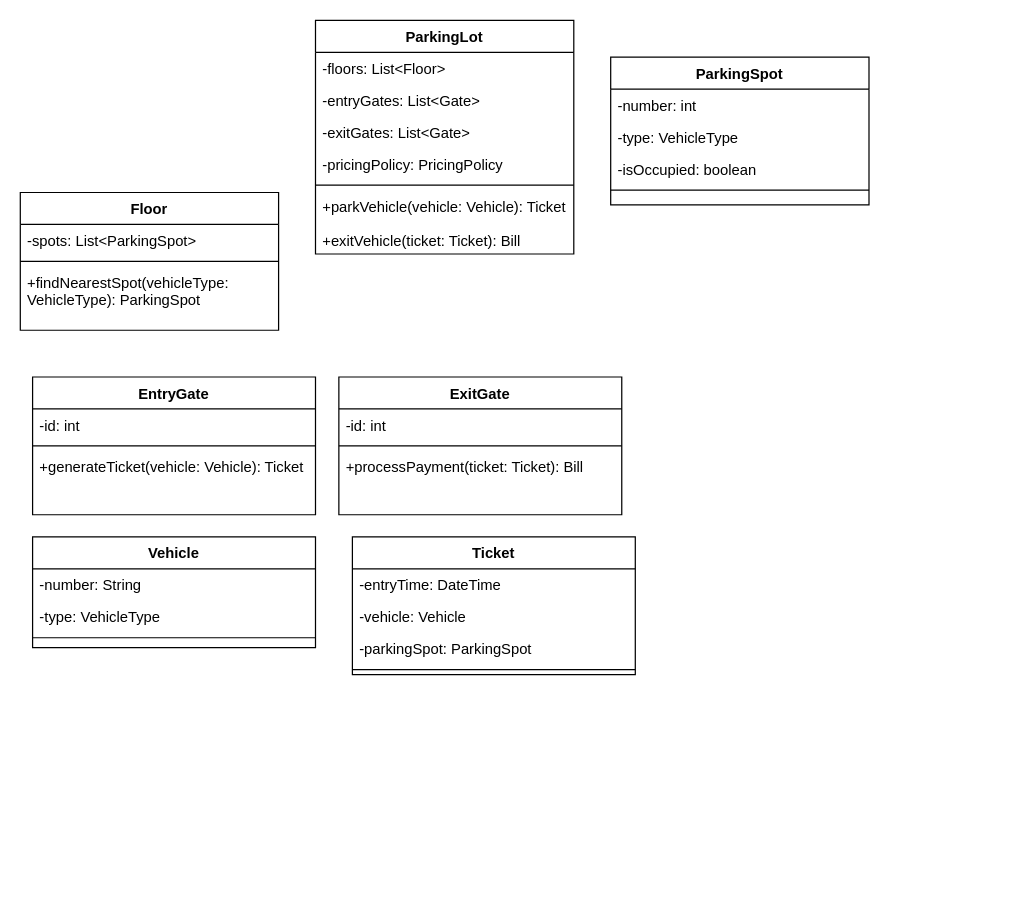
Earlier version of the draw.io diagram Parkinglot-Class-diagram.drawio (geeky-sanjay/class-diagrams). Source tidied: cells renumbered, new cells numbered last; positions are measured from the earlier drawing's top-left corner, leaving out a move shared by most shapes. Both pictures are drawn from the tidied source at 123%, with x=0, y=0 at pixel (20, 20).
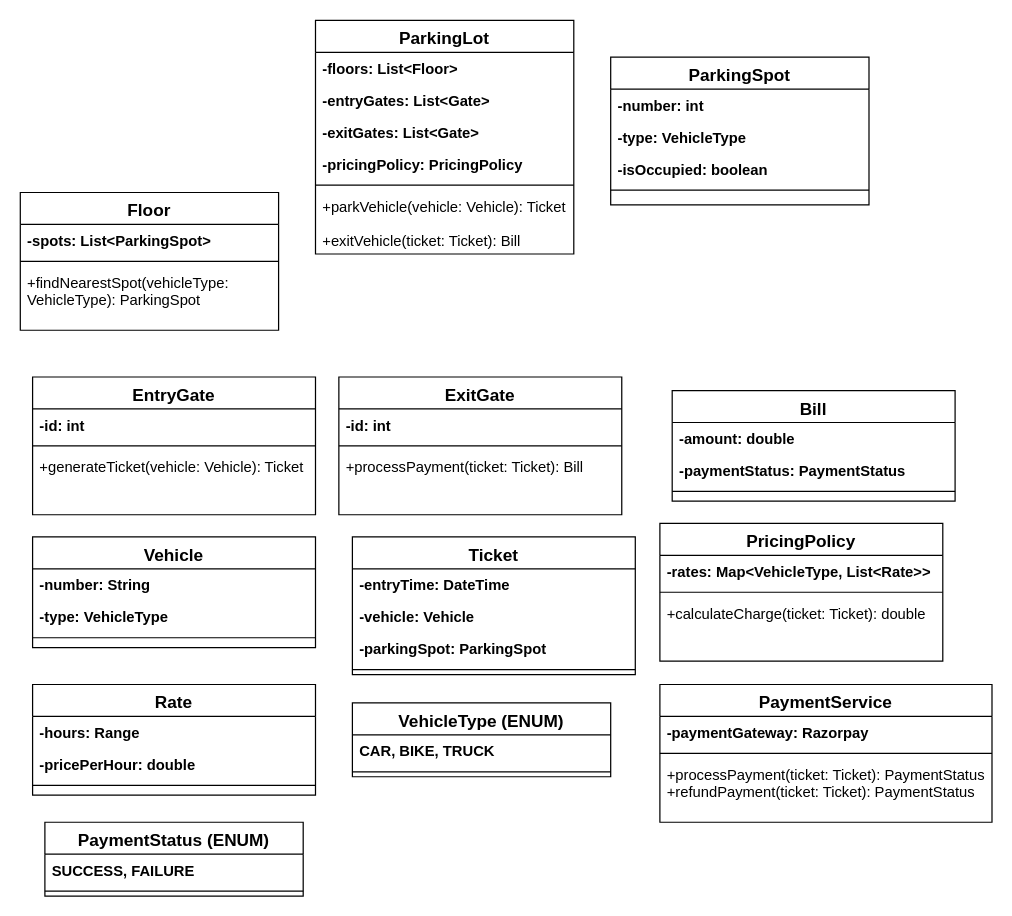
Above is the later version.

The edit, as a diff of the source:
```diff
@@
-    <mxCell id="2" value="ParkingLot" style="swimlane;fontStyle=1;align=center;verticalAlign=top;horizontal=1;startSize=26;rounded=0;shadow=0;strokeWidth=1;" parent="1" vertex="1">
+    <mxCell id="2" value="ParkingLot" style="swimlane;fontStyle=1;align=center;verticalAlign=top;horizontal=1;startSize=26;rounded=0;shadow=0;strokeWidth=1;fontSize=14;" parent="1" vertex="1">
       <mxGeometry x="240" width="210" height="190" as="geometry" />
     </mxCell>
-    <mxCell id="3" value="-floors: List&lt;Floor&gt; " style="text;align=left;verticalAlign=top;spacingLeft=4;spacingRight=4;overflow=hidden;" parent="2" vertex="1">
+    <mxCell id="3" value="-floors: List&lt;Floor&gt; " style="text;align=left;verticalAlign=top;spacingLeft=4;spacingRight=4;overflow=hidden;fontStyle=1;" parent="2" vertex="1">
       <mxGeometry y="26" width="210" height="26" as="geometry" />
     </mxCell>
-    <mxCell id="4" value="-entryGates: List&lt;Gate&gt;" style="text;align=left;verticalAlign=top;spacingLeft=4;spacingRight=4;overflow=hidden;rounded=0;shadow=0;html=0;" parent="2" vertex="1">
+    <mxCell id="4" value="-entryGates: List&lt;Gate&gt;" style="text;align=left;verticalAlign=top;spacingLeft=4;spacingRight=4;overflow=hidden;rounded=0;shadow=0;html=0;fontStyle=1;" parent="2" vertex="1">
       <mxGeometry y="52" width="210" height="26" as="geometry" />
     </mxCell>
-    <mxCell id="5" value="-exitGates: List&lt;Gate&gt;  " style="text;align=left;verticalAlign=top;spacingLeft=4;spacingRight=4;overflow=hidden;rounded=0;shadow=0;html=0;" parent="2" vertex="1">
+    <mxCell id="5" value="-exitGates: List&lt;Gate&gt;  " style="text;align=left;verticalAlign=top;spacingLeft=4;spacingRight=4;overflow=hidden;rounded=0;shadow=0;html=0;fontStyle=1;" parent="2" vertex="1">
       <mxGeometry y="78" width="210" height="26" as="geometry" />
     </mxCell>
-    <mxCell id="6" value="-pricingPolicy: PricingPolicy " style="text;align=left;verticalAlign=top;spacingLeft=4;spacingRight=4;overflow=hidden;rounded=0;shadow=0;html=0;" parent="2" vertex="1">
+    <mxCell id="6" value="-pricingPolicy: PricingPolicy " style="text;align=left;verticalAlign=top;spacingLeft=4;spacingRight=4;overflow=hidden;rounded=0;shadow=0;html=0;fontStyle=1;" parent="2" vertex="1">
       <mxGeometry y="104" width="210" height="26" as="geometry" />
     </mxCell>
@@
-    <mxCell id="9" value="Floor" style="swimlane;fontStyle=1;align=center;verticalAlign=top;horizontal=1;startSize=26;rounded=0;shadow=0;strokeWidth=1;" parent="1" vertex="1">
+    <mxCell id="9" value="Floor" style="swimlane;fontStyle=1;align=center;verticalAlign=top;horizontal=1;startSize=26;rounded=0;shadow=0;strokeWidth=1;fontSize=14;" parent="1" vertex="1">
       <mxGeometry y="140" width="210" height="112" as="geometry" />
     </mxCell>
-    <mxCell id="10" value="-spots: List&lt;ParkingSpot&gt;  &#10;" style="text;align=left;verticalAlign=top;spacingLeft=4;spacingRight=4;overflow=hidden;" parent="9" vertex="1">
+    <mxCell id="10" value="-spots: List&lt;ParkingSpot&gt;  &#10;" style="text;align=left;verticalAlign=top;spacingLeft=4;spacingRight=4;overflow=hidden;fontStyle=1;" parent="9" vertex="1">
       <mxGeometry y="26" width="210" height="26" as="geometry" />
     </mxCell>
@@
-    <mxCell id="13" value="ParkingSpot" style="swimlane;fontStyle=1;align=center;verticalAlign=top;horizontal=1;startSize=26;rounded=0;shadow=0;strokeWidth=1;" parent="1" vertex="1">
+    <mxCell id="13" value="ParkingSpot" style="swimlane;fontStyle=1;align=center;verticalAlign=top;horizontal=1;startSize=26;rounded=0;shadow=0;strokeWidth=1;fontSize=14;" parent="1" vertex="1">
       <mxGeometry x="480" y="30" width="210" height="120" as="geometry" />
     </mxCell>
-    <mxCell id="14" value="-number: int" style="text;align=left;verticalAlign=top;spacingLeft=4;spacingRight=4;overflow=hidden;" parent="13" vertex="1">
+    <mxCell id="14" value="-number: int" style="text;align=left;verticalAlign=top;spacingLeft=4;spacingRight=4;overflow=hidden;fontStyle=1;" parent="13" vertex="1">
       <mxGeometry y="26" width="210" height="26" as="geometry" />
     </mxCell>
-    <mxCell id="15" value="-type: VehicleType" style="text;align=left;verticalAlign=top;spacingLeft=4;spacingRight=4;overflow=hidden;rounded=0;shadow=0;html=0;" parent="13" vertex="1">
+    <mxCell id="15" value="-type: VehicleType" style="text;align=left;verticalAlign=top;spacingLeft=4;spacingRight=4;overflow=hidden;rounded=0;shadow=0;html=0;fontStyle=1;" parent="13" vertex="1">
       <mxGeometry y="52" width="210" height="26" as="geometry" />
     </mxCell>
-    <mxCell id="16" value="-isOccupied: boolean" style="text;align=left;verticalAlign=top;spacingLeft=4;spacingRight=4;overflow=hidden;rounded=0;shadow=0;html=0;" parent="13" vertex="1">
+    <mxCell id="16" value="-isOccupied: boolean" style="text;align=left;verticalAlign=top;spacingLeft=4;spacingRight=4;overflow=hidden;rounded=0;shadow=0;html=0;fontStyle=1;" parent="13" vertex="1">
       <mxGeometry y="78" width="210" height="26" as="geometry" />
     </mxCell>
@@
-    <mxCell id="18" value="EntryGate" style="swimlane;fontStyle=1;align=center;verticalAlign=top;horizontal=1;startSize=26;rounded=0;shadow=0;strokeWidth=1;" parent="1" vertex="1">
+    <mxCell id="18" value="EntryGate" style="swimlane;fontStyle=1;align=center;verticalAlign=top;horizontal=1;startSize=26;rounded=0;shadow=0;strokeWidth=1;fontSize=14;" parent="1" vertex="1">
       <mxGeometry x="10" y="290" width="230" height="112" as="geometry" />
     </mxCell>
-    <mxCell id="19" value="-id: int  &#10;" style="text;align=left;verticalAlign=top;spacingLeft=4;spacingRight=4;overflow=hidden;" parent="18" vertex="1">
+    <mxCell id="19" value="-id: int  &#10;" style="text;align=left;verticalAlign=top;spacingLeft=4;spacingRight=4;overflow=hidden;fontStyle=1;" parent="18" vertex="1">
       <mxGeometry y="26" width="230" height="26" as="geometry" />
     </mxCell>
@@
-    <mxCell id="22" value="ExitGate" style="swimlane;fontStyle=1;align=center;verticalAlign=top;horizontal=1;startSize=26;rounded=0;shadow=0;strokeWidth=1;" parent="1" vertex="1">
+    <mxCell id="22" value="ExitGate" style="swimlane;fontStyle=1;align=center;verticalAlign=top;horizontal=1;startSize=26;rounded=0;shadow=0;strokeWidth=1;fontSize=14;" parent="1" vertex="1">
       <mxGeometry x="259" y="290" width="230" height="112" as="geometry" />
     </mxCell>
-    <mxCell id="23" value="-id: int  &#10;" style="text;align=left;verticalAlign=top;spacingLeft=4;spacingRight=4;overflow=hidden;" parent="22" vertex="1">
+    <mxCell id="23" value="-id: int  &#10;" style="text;align=left;verticalAlign=top;spacingLeft=4;spacingRight=4;overflow=hidden;fontStyle=1;" parent="22" vertex="1">
       <mxGeometry y="26" width="230" height="26" as="geometry" />
     </mxCell>
@@
-    <mxCell id="26" value="Vehicle" style="swimlane;fontStyle=1;align=center;verticalAlign=top;horizontal=1;startSize=26;rounded=0;shadow=0;strokeWidth=1;" parent="1" vertex="1">
+    <mxCell id="26" value="Vehicle" style="swimlane;fontStyle=1;align=center;verticalAlign=top;horizontal=1;startSize=26;rounded=0;shadow=0;strokeWidth=1;fontSize=14;" parent="1" vertex="1">
       <mxGeometry x="10" y="420" width="230" height="90" as="geometry" />
     </mxCell>
-    <mxCell id="27" value="-number: String  &#10;" style="text;align=left;verticalAlign=top;spacingLeft=4;spacingRight=4;overflow=hidden;" parent="26" vertex="1">
+    <mxCell id="27" value="-number: String  &#10;" style="text;align=left;verticalAlign=top;spacingLeft=4;spacingRight=4;overflow=hidden;fontStyle=1;" parent="26" vertex="1">
       <mxGeometry y="26" width="230" height="26" as="geometry" />
     </mxCell>
-    <mxCell id="28" value="-type: VehicleType &#10;" style="text;align=left;verticalAlign=top;spacingLeft=4;spacingRight=4;overflow=hidden;" parent="26" vertex="1">
+    <mxCell id="28" value="-type: VehicleType &#10;" style="text;align=left;verticalAlign=top;spacingLeft=4;spacingRight=4;overflow=hidden;fontStyle=1;" parent="26" vertex="1">
       <mxGeometry y="52" width="230" height="26" as="geometry" />
     </mxCell>
@@
-    <mxCell id="30" value="Ticket" style="swimlane;fontStyle=1;align=center;verticalAlign=top;horizontal=1;startSize=26;rounded=0;shadow=0;strokeWidth=1;" parent="1" vertex="1">
+    <mxCell id="30" value="Ticket" style="swimlane;fontStyle=1;align=center;verticalAlign=top;horizontal=1;startSize=26;rounded=0;shadow=0;strokeWidth=1;fontSize=14;" parent="1" vertex="1">
       <mxGeometry x="270" y="420" width="230" height="112" as="geometry" />
     </mxCell>
-    <mxCell id="31" value="-entryTime: DateTime&#10;" style="text;align=left;verticalAlign=top;spacingLeft=4;spacingRight=4;overflow=hidden;" parent="30" vertex="1">
+    <mxCell id="31" value="-entryTime: DateTime&#10;" style="text;align=left;verticalAlign=top;spacingLeft=4;spacingRight=4;overflow=hidden;fontStyle=1;" parent="30" vertex="1">
       <mxGeometry y="26" width="230" height="26" as="geometry" />
     </mxCell>
-    <mxCell id="32" value="-vehicle: Vehicle  &#10;" style="text;align=left;verticalAlign=top;spacingLeft=4;spacingRight=4;overflow=hidden;" parent="30" vertex="1">
+    <mxCell id="32" value="-vehicle: Vehicle  &#10;" style="text;align=left;verticalAlign=top;spacingLeft=4;spacingRight=4;overflow=hidden;fontStyle=1;" parent="30" vertex="1">
       <mxGeometry y="52" width="230" height="26" as="geometry" />
     </mxCell>
-    <mxCell id="33" value="-parkingSpot: ParkingSpot&#10;" style="text;align=left;verticalAlign=top;spacingLeft=4;spacingRight=4;overflow=hidden;" parent="30" vertex="1">
+    <mxCell id="33" value="-parkingSpot: ParkingSpot&#10;" style="text;align=left;verticalAlign=top;spacingLeft=4;spacingRight=4;overflow=hidden;fontStyle=1;" parent="30" vertex="1">
       <mxGeometry y="78" width="230" height="26" as="geometry" />
     </mxCell>
@@
+    <mxCell id="35" value="Bill" style="swimlane;fontStyle=1;align=center;verticalAlign=top;horizontal=1;startSize=26;rounded=0;shadow=0;strokeWidth=1;fontSize=14;" parent="1" vertex="1">
+      <mxGeometry x="530" y="301" width="230" height="90" as="geometry" />
+    </mxCell>
+    <mxCell id="36" value="-amount: double   &#10;" style="text;align=left;verticalAlign=top;spacingLeft=4;spacingRight=4;overflow=hidden;fontStyle=1;" parent="35" vertex="1">
+      <mxGeometry y="26" width="230" height="26" as="geometry" />
+    </mxCell>
+    <mxCell id="37" value="-paymentStatus: PaymentStatus &#10;" style="text;align=left;verticalAlign=top;spacingLeft=4;spacingRight=4;overflow=hidden;fontStyle=1;" parent="35" vertex="1">
+      <mxGeometry y="52" width="230" height="26" as="geometry" />
+    </mxCell>
+    <mxCell id="38" style="line;html=1;strokeWidth=1;align=left;verticalAlign=middle;spacingTop=-1;spacingLeft=3;spacingRight=3;labelPosition=right;" parent="35" vertex="1">
+      <mxGeometry y="78" width="230" height="8" as="geometry" />
+    </mxCell>
+    <mxCell id="39" value="PricingPolicy" style="swimlane;fontStyle=1;align=center;verticalAlign=top;horizontal=1;startSize=26;rounded=0;shadow=0;strokeWidth=1;fontSize=14;" parent="1" vertex="1">
+      <mxGeometry x="520" y="409" width="230" height="112" as="geometry" />
+    </mxCell>
+    <mxCell id="40" value="-rates: Map&lt;VehicleType, List&lt;Rate&gt;&gt;&#10;" style="text;align=left;verticalAlign=top;spacingLeft=4;spacingRight=4;overflow=hidden;fontStyle=1;" parent="39" vertex="1">
+      <mxGeometry y="26" width="230" height="26" as="geometry" />
+    </mxCell>
+    <mxCell id="41" style="line;html=1;strokeWidth=1;align=left;verticalAlign=middle;spacingTop=-1;spacingLeft=3;spacingRight=3;labelPosition=right;" parent="39" vertex="1">
+      <mxGeometry y="52" width="230" height="8" as="geometry" />
+    </mxCell>
+    <mxCell id="42" value="+calculateCharge(ticket: Ticket): double " style="text;align=left;verticalAlign=top;spacingLeft=4;spacingRight=4;overflow=hidden;" parent="39" vertex="1">
+      <mxGeometry y="60" width="230" height="52" as="geometry" />
+    </mxCell>
+    <mxCell id="43" value="Rate" style="swimlane;fontStyle=1;align=center;verticalAlign=top;horizontal=1;startSize=26;rounded=0;shadow=0;strokeWidth=1;fontSize=14;" parent="1" vertex="1">
+      <mxGeometry x="10" y="540" width="230" height="90" as="geometry" />
+    </mxCell>
+    <mxCell id="44" value="-hours: Range     &#10;" style="text;align=left;verticalAlign=top;spacingLeft=4;spacingRight=4;overflow=hidden;fontStyle=1;" parent="43" vertex="1">
+      <mxGeometry y="26" width="230" height="26" as="geometry" />
+    </mxCell>
+    <mxCell id="45" value="-pricePerHour: double&#10;" style="text;align=left;verticalAlign=top;spacingLeft=4;spacingRight=4;overflow=hidden;fontStyle=1;" parent="43" vertex="1">
+      <mxGeometry y="52" width="230" height="26" as="geometry" />
+    </mxCell>
+    <mxCell id="46" style="line;html=1;strokeWidth=1;align=left;verticalAlign=middle;spacingTop=-1;spacingLeft=3;spacingRight=3;labelPosition=right;" parent="43" vertex="1">
+      <mxGeometry y="78" width="230" height="8" as="geometry" />
+    </mxCell>
+    <mxCell id="47" value="VehicleType (ENUM)" style="swimlane;fontStyle=1;align=center;verticalAlign=top;horizontal=1;startSize=26;rounded=0;shadow=0;strokeWidth=1;fontSize=14;" parent="1" vertex="1">
+      <mxGeometry x="270" y="555" width="210" height="60" as="geometry" />
+    </mxCell>
+    <mxCell id="48" value="CAR, BIKE, TRUCK &#10;" style="text;align=left;verticalAlign=top;spacingLeft=4;spacingRight=4;overflow=hidden;fontStyle=1;" parent="47" vertex="1">
+      <mxGeometry y="26" width="210" height="26" as="geometry" />
+    </mxCell>
+    <mxCell id="49" style="line;html=1;strokeWidth=1;align=left;verticalAlign=middle;spacingTop=-1;spacingLeft=3;spacingRight=3;labelPosition=right;" parent="47" vertex="1">
+      <mxGeometry y="52" width="210" height="8" as="geometry" />
+    </mxCell>
+    <mxCell id="50" value="PaymentService" style="swimlane;fontStyle=1;align=center;verticalAlign=top;horizontal=1;startSize=26;rounded=0;shadow=0;strokeWidth=1;fontSize=14;" parent="1" vertex="1">
+      <mxGeometry x="520" y="540" width="270" height="112" as="geometry" />
+    </mxCell>
+    <mxCell id="51" value="-paymentGateway: Razorpay  " style="text;align=left;verticalAlign=top;spacingLeft=4;spacingRight=4;overflow=hidden;fontStyle=1;" parent="50" vertex="1">
+      <mxGeometry y="26" width="270" height="26" as="geometry" />
+    </mxCell>
+    <mxCell id="52" style="line;html=1;strokeWidth=1;align=left;verticalAlign=middle;spacingTop=-1;spacingLeft=3;spacingRight=3;labelPosition=right;" parent="50" vertex="1">
+      <mxGeometry y="52" width="270" height="8" as="geometry" />
+    </mxCell>
+    <mxCell id="53" value="+processPayment(ticket: Ticket): PaymentStatus&#10;+refundPayment(ticket: Ticket): PaymentStatus " style="text;align=left;verticalAlign=top;spacingLeft=4;spacingRight=4;overflow=hidden;" parent="50" vertex="1">
+      <mxGeometry y="60" width="270" height="52" as="geometry" />
+    </mxCell>
+    <mxCell id="54" value="PaymentStatus (ENUM)" style="swimlane;fontStyle=1;align=center;verticalAlign=top;horizontal=1;startSize=26;rounded=0;shadow=0;strokeWidth=1;fontSize=14;" parent="1" vertex="1">
+      <mxGeometry x="20" y="652" width="210" height="60" as="geometry" />
+    </mxCell>
+    <mxCell id="55" value="SUCCESS, FAILURE&#10;" style="text;align=left;verticalAlign=top;spacingLeft=4;spacingRight=4;overflow=hidden;fontStyle=1;" parent="54" vertex="1">
+      <mxGeometry y="26" width="210" height="26" as="geometry" />
+    </mxCell>
+    <mxCell id="56" style="line;html=1;strokeWidth=1;align=left;verticalAlign=middle;spacingTop=-1;spacingLeft=3;spacingRight=3;labelPosition=right;" parent="54" vertex="1">
+      <mxGeometry y="52" width="210" height="8" as="geometry" />
+    </mxCell>
```
